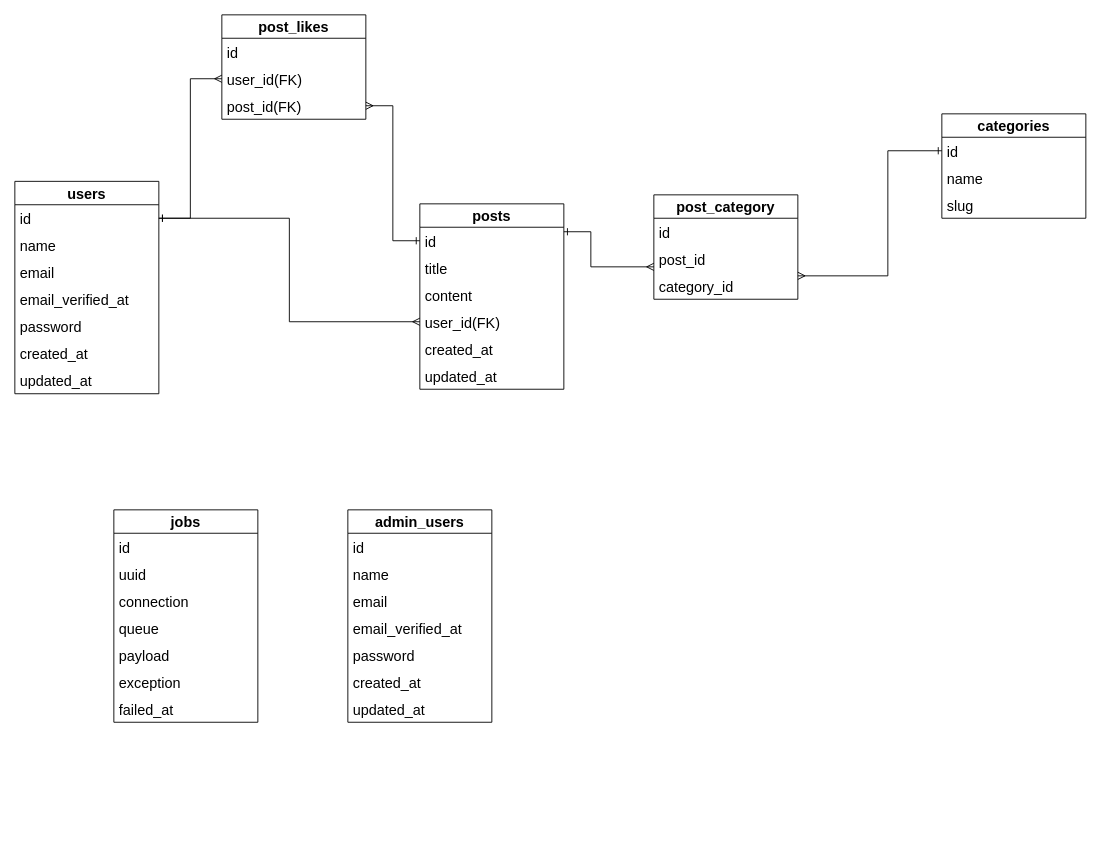
SHIRO-11/promemo-back keeps this draw.io diagram as db.dio. Above is the earlier version. Source tidied: cells renumbered, new cells numbered last; positions are measured from the earlier drawing's top-left corner, leaving out a move shared by most shapes. Both pictures are drawn from the tidied source at 90%, with x=0, y=0 at pixel (14, 14).
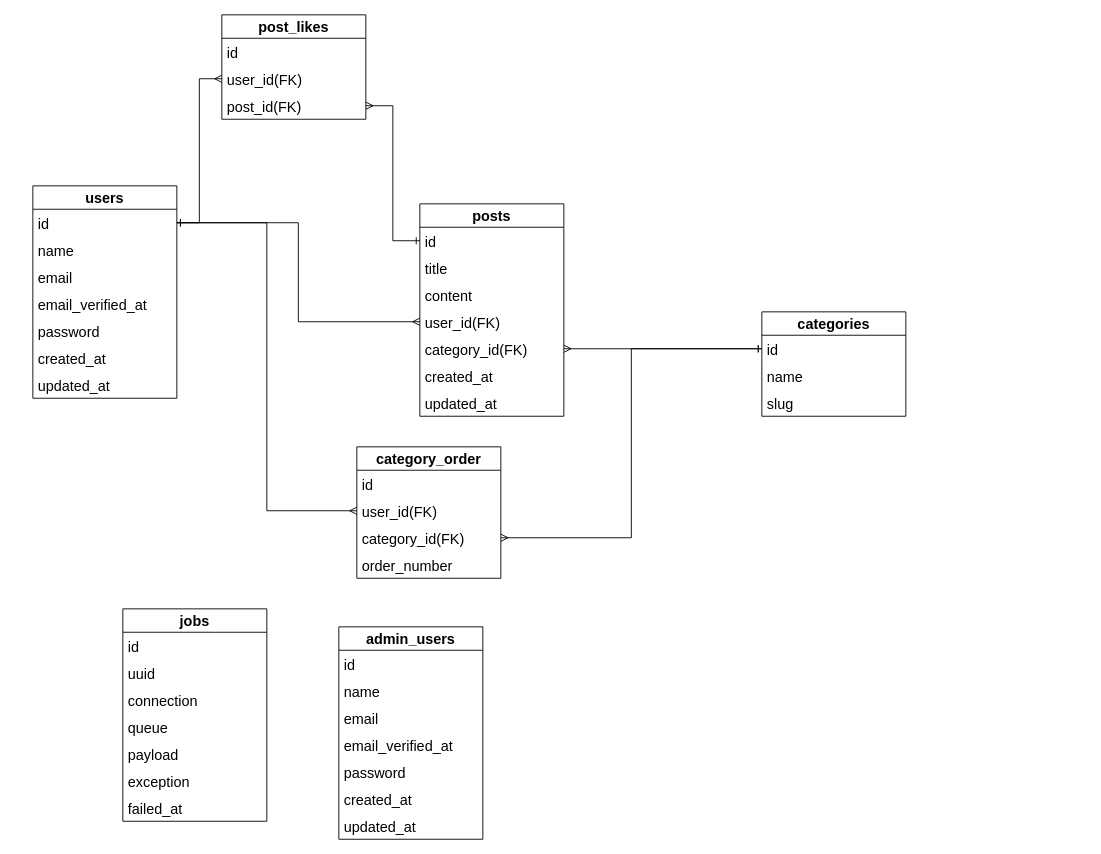
The same diagram, later.

The change refers to these unchanged cells:
```xml
<mxCell id="3" value="id" style="text;strokeColor=none;fillColor=none;spacingLeft=4;spacingRight=4;overflow=hidden;points=[[0,0.5],[1,0.5]];portConstraint=eastwest;fontSize=16;" parent="2" vertex="1">
  <mxGeometry y="26" width="160" height="30" as="geometry" />
</mxCell>
<mxCell id="10" value="id" style="text;strokeColor=none;fillColor=none;spacingLeft=4;spacingRight=4;overflow=hidden;points=[[0,0.5],[1,0.5]];portConstraint=eastwest;fontSize=16;" parent="9" vertex="1">
  <mxGeometry y="26" width="160" height="30" as="geometry" />
</mxCell>
<mxCell id="41" value="id" style="text;strokeColor=none;fillColor=none;spacingLeft=4;spacingRight=4;overflow=hidden;points=[[0,0.5],[1,0.5]];portConstraint=eastwest;fontSize=16;" parent="40" vertex="1">
  <mxGeometry y="26" width="160" height="30" as="geometry" />
</mxCell>
```

Diff of the diagram source:
```diff
@@
     <mxCell id="2" value="posts" style="swimlane;fontStyle=1;horizontal=1;startSize=26;align=center;fontSize=16;" parent="1" vertex="1">
-      <mxGeometry x="450" y="210" width="160" height="206" as="geometry" />
+      <mxGeometry x="450" y="210" width="160" height="236" as="geometry" />
     </mxCell>
@@
+    <mxCell id="50" value="category_id(FK)" style="text;strokeColor=none;fillColor=none;spacingLeft=4;spacingRight=4;overflow=hidden;points=[[0,0.5],[1,0.5]];portConstraint=eastwest;fontSize=16;fontStyle=0;" parent="2" vertex="1">
+      <mxGeometry y="146" width="160" height="30" as="geometry" />
+    </mxCell>
     <mxCell id="7" value="created_at&#10;" style="text;strokeColor=none;fillColor=none;spacingLeft=4;spacingRight=4;overflow=hidden;fontSize=16;" parent="2" vertex="1">
-      <mxGeometry y="146" width="160" height="30" as="geometry" />
+      <mxGeometry y="176" width="160" height="30" as="geometry" />
     </mxCell>
     <mxCell id="8" value="updated_at" style="text;strokeColor=none;fillColor=none;spacingLeft=4;spacingRight=4;overflow=hidden;fontSize=16;" parent="2" vertex="1">
-      <mxGeometry y="176" width="160" height="30" as="geometry" />
+      <mxGeometry y="206" width="160" height="30" as="geometry" />
     </mxCell>
     <mxCell id="9" value="users" style="swimlane;fontStyle=1;horizontal=1;startSize=26;align=center;fontSize=16;" parent="1" vertex="1">
-      <mxGeometry y="185" width="160" height="236" as="geometry" />
+      <mxGeometry x="20" y="190" width="160" height="236" as="geometry" />
     </mxCell>
@@
     <mxCell id="18" value="jobs" style="swimlane;fontStyle=1;horizontal=1;startSize=26;align=center;fontSize=16;" parent="1" vertex="1">
-      <mxGeometry x="110" y="550" width="160" height="236" as="geometry" />
+      <mxGeometry x="120" y="660" width="160" height="236" as="geometry" />
     </mxCell>
@@
     <mxCell id="26" value="admin_users" style="swimlane;fontStyle=1;horizontal=1;startSize=26;align=center;fontSize=16;" parent="1" vertex="1">
-      <mxGeometry x="370" y="550" width="160" height="236" as="geometry" />
+      <mxGeometry x="360" y="680" width="160" height="236" as="geometry" />
     </mxCell>
@@
     <mxCell id="40" value="categories" style="swimlane;fontStyle=1;horizontal=1;startSize=26;align=center;fontSize=16;" parent="1" vertex="1">
-      <mxGeometry x="1030" y="110" width="160" height="116" as="geometry" />
+      <mxGeometry x="830" y="330" width="160" height="116" as="geometry" />
     </mxCell>
@@
-    <mxCell id="44" style="edgeStyle=orthogonalEdgeStyle;rounded=0;jettySize=auto;html=1;fontSize=16;endArrow=ERmany;endFill=0;startArrow=ERone;startFill=0;" parent="1" edge="1" source="3" target="47">
-      <mxGeometry relative="1" as="geometry">
-        <Array as="points">
-          <mxPoint x="640" y="241" />
-          <mxPoint x="640" y="280" />
-        </Array>
-      </mxGeometry>
-    </mxCell>
-    <mxCell id="45" value="post_category" style="swimlane;fontStyle=1;horizontal=1;startSize=26;align=center;fontSize=16;" parent="1" vertex="1">
-      <mxGeometry x="710" y="200" width="160" height="116" as="geometry" />
-    </mxCell>
+    <mxCell id="49" style="edgeStyle=orthogonalEdgeStyle;rounded=0;jettySize=auto;html=1;fontSize=16;endArrow=ERmany;endFill=0;startArrow=ERone;startFill=0;" parent="1" edge="1" source="41" target="50">
+      <mxGeometry relative="1" as="geometry" />
+    </mxCell>
+    <mxCell id="51" value="category_order" style="swimlane;fontStyle=1;horizontal=1;startSize=26;align=center;fontSize=16;" parent="1" vertex="1">
+      <mxGeometry x="380" y="480" width="160" height="146" as="geometry" />
+    </mxCell>
-    <mxCell id="46" value="id" style="text;strokeColor=none;fillColor=none;spacingLeft=4;spacingRight=4;overflow=hidden;fontSize=16;" parent="45" vertex="1">
+    <mxCell id="46" value="id" style="text;strokeColor=none;fillColor=none;spacingLeft=4;spacingRight=4;overflow=hidden;fontSize=16;" parent="51" vertex="1">
       <mxGeometry y="26" width="160" height="30" as="geometry" />
     </mxCell>
-    <mxCell id="47" value="post_id" style="text;strokeColor=none;fillColor=none;spacingLeft=4;spacingRight=4;overflow=hidden;points=[[0,0.5],[1,0.5]];portConstraint=eastwest;fontSize=16;" parent="45" vertex="1">
-      <mxGeometry y="56" width="160" height="30" as="geometry" />
-    </mxCell>
-    <mxCell id="48" value="category_id&#10;" style="text;strokeColor=none;fillColor=none;spacingLeft=4;spacingRight=4;overflow=hidden;points=[[0,0.5],[1,0.5]];portConstraint=eastwest;fontSize=16;" parent="45" vertex="1">
-      <mxGeometry y="86" width="160" height="30" as="geometry" />
-    </mxCell>
-    <mxCell id="49" style="edgeStyle=orthogonalEdgeStyle;rounded=0;jettySize=auto;html=1;fontSize=16;endArrow=ERmany;endFill=0;startArrow=ERone;startFill=0;" parent="1" edge="1" source="41" target="48">
-      <mxGeometry relative="1" as="geometry">
-        <Array as="points">
-          <mxPoint x="970" y="151" />
-          <mxPoint x="970" y="290" />
-        </Array>
-      </mxGeometry>
-    </mxCell>
+    <mxCell id="52" value="user_id(FK)" style="text;strokeColor=none;fillColor=none;spacingLeft=4;spacingRight=4;overflow=hidden;points=[[0,0.5],[1,0.5]];portConstraint=eastwest;fontSize=16;fontStyle=0;" parent="51" vertex="1">
+      <mxGeometry y="56" width="160" height="30" as="geometry" />
+    </mxCell>
+    <mxCell id="53" value="category_id(FK)" style="text;strokeColor=none;fillColor=none;spacingLeft=4;spacingRight=4;overflow=hidden;points=[[0,0.5],[1,0.5]];portConstraint=eastwest;fontSize=16;fontStyle=0;" parent="51" vertex="1">
+      <mxGeometry y="86" width="160" height="30" as="geometry" />
+    </mxCell>
+    <mxCell id="54" value="order_number" style="text;strokeColor=none;fillColor=none;spacingLeft=4;spacingRight=4;overflow=hidden;fontSize=16;fontStyle=0;" parent="51" vertex="1">
+      <mxGeometry y="116" width="160" height="30" as="geometry" />
+    </mxCell>
+    <mxCell id="55" style="edgeStyle=orthogonalEdgeStyle;rounded=0;jettySize=auto;html=1;fontSize=16;startArrow=ERone;startFill=0;endArrow=ERmany;endFill=0;" parent="1" edge="1" source="10" target="52">
+      <mxGeometry relative="1" as="geometry" />
+    </mxCell>
+    <mxCell id="56" style="edgeStyle=orthogonalEdgeStyle;rounded=0;jettySize=auto;html=1;fontSize=16;endArrow=ERmany;endFill=0;startArrow=ERone;startFill=0;" parent="1" edge="1" source="41" target="53">
+      <mxGeometry relative="1" as="geometry" />
+    </mxCell>
```
